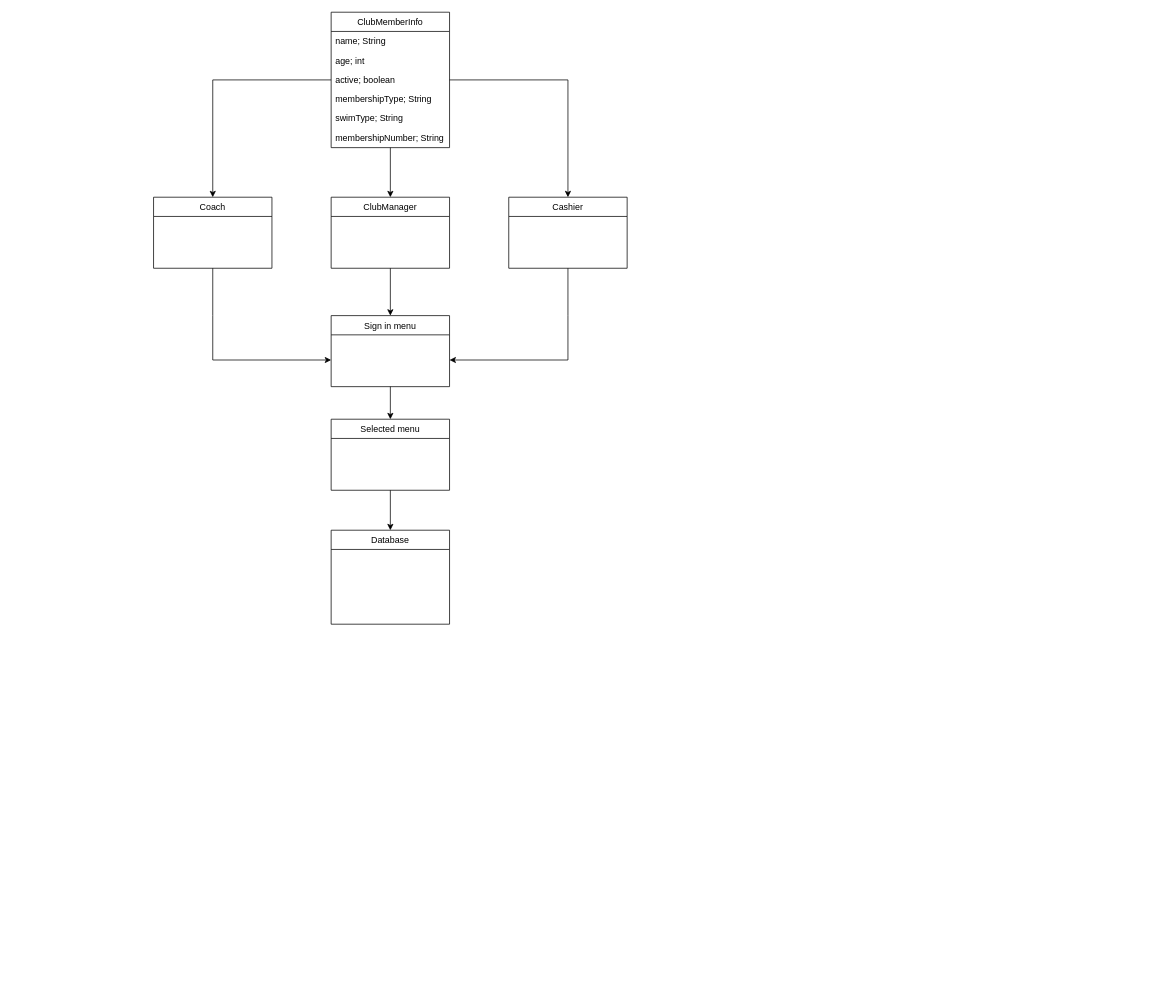
Before: Delfine Domænemodel.drawio in MarcusFN/DelfinenProject, a draw.io diagram. Source tidied: cells renumbered, new cells numbered last; positions are measured from the earlier drawing's top-left corner, leaving out a move shared by most shapes. Both pictures are drawn from the tidied source at 74%, with x=0, y=0 at pixel (153, 12).
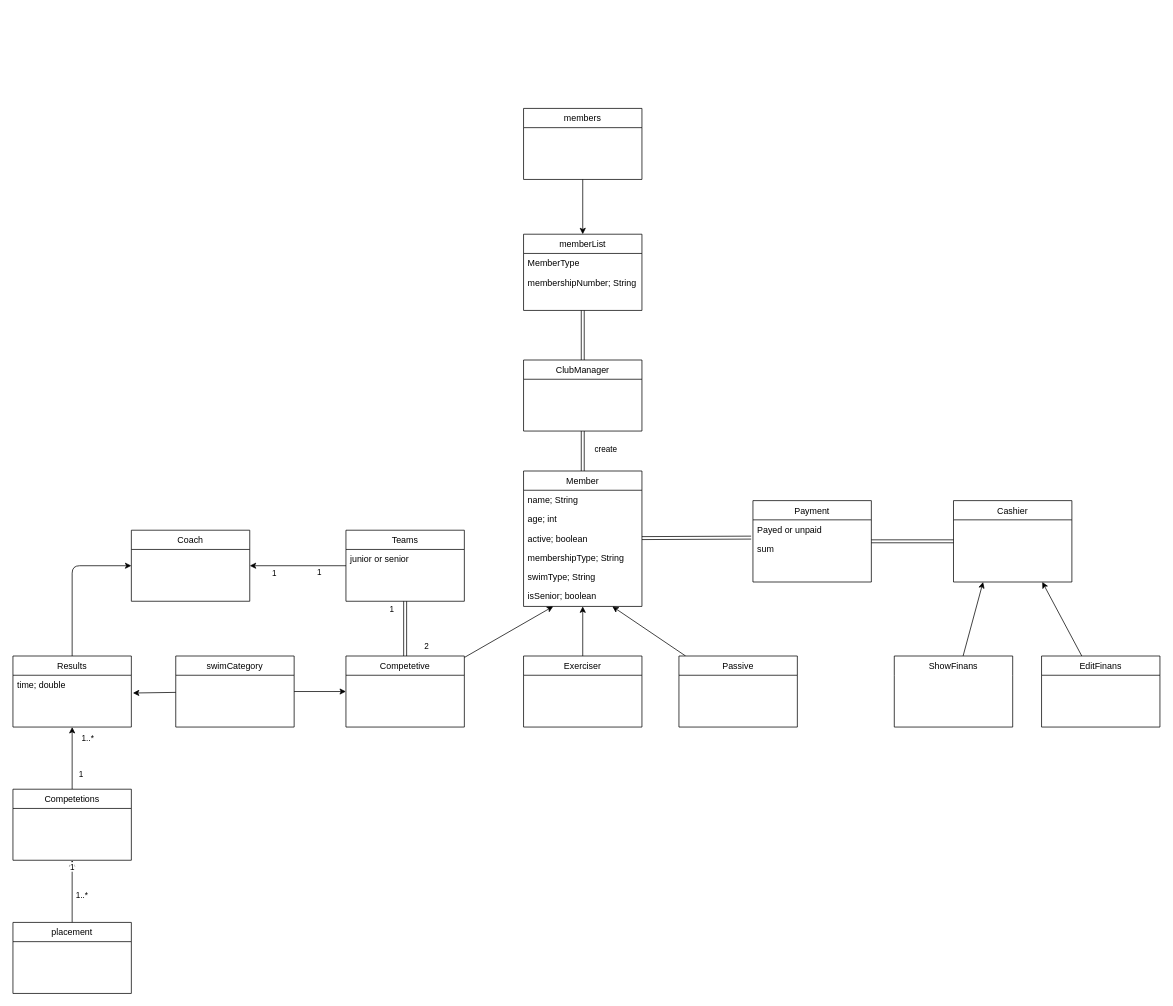
The same diagram, later.

The change refers to these unchanged cells:
```xml
<mxCell id="9" value="active; boolean" style="text;align=left;verticalAlign=top;spacingLeft=4;spacingRight=4;overflow=hidden;points=[[0,0.5],[1,0.5]];portConstraint=eastwest;" parent="6" vertex="1">
  <mxGeometry y="78" width="160" height="26" as="geometry" />
</mxCell>
```

Diff of the diagram source:
```diff
@@
-    <mxCell id="2" value="Database" style="swimlane;fontStyle=0;align=center;verticalAlign=top;horizontal=1;startSize=26;rounded=0;shadow=0;strokeWidth=1;" parent="1" vertex="1">
-      <mxGeometry x="240" y="700" width="160" height="127" as="geometry" />
-    </mxCell>
-    <mxCell id="3" style="edgeStyle=orthogonalEdgeStyle;rounded=0;jettySize=auto;html=1;entryX=0.5;entryY=0;entryDx=0;entryDy=0;" parent="1" edge="1" source="6" target="16">
-      <mxGeometry relative="1" as="geometry" />
-    </mxCell>
-    <mxCell id="4" style="edgeStyle=orthogonalEdgeStyle;rounded=0;jettySize=auto;html=1;entryX=0.5;entryY=0;entryDx=0;entryDy=0;" parent="1" edge="1" source="6" target="18">
-      <mxGeometry relative="1" as="geometry" />
-    </mxCell>
-    <mxCell id="5" style="edgeStyle=orthogonalEdgeStyle;rounded=0;jettySize=auto;html=1;" parent="1" edge="1" source="6" target="14">
+    <mxCell id="5" style="edgeStyle=none;shape=link;rounded=1;jettySize=auto;html=1;entryX=0.5;entryY=1;entryDx=0;entryDy=0;" parent="1" edge="1" source="6" target="14">
       <mxGeometry relative="1" as="geometry" />
     </mxCell>
+    <mxCell id="23" value="create" style="edgeLabel;html=1;align=center;verticalAlign=middle;" parent="5" vertex="1">
+      <mxGeometry x="0.16" y="1" relative="1" as="geometry">
+        <mxPoint x="31" y="1" as="offset" />
+      </mxGeometry>
+    </mxCell>
-    <mxCell id="6" value="ClubMemberInfo" style="swimlane;fontStyle=0;align=center;verticalAlign=top;horizontal=1;startSize=26;rounded=0;shadow=0;strokeWidth=1;" parent="1" vertex="1">
-      <mxGeometry x="240" width="160" height="183" as="geometry" />
+    <mxCell id="6" value="Member" style="swimlane;fontStyle=0;align=center;verticalAlign=top;horizontal=1;startSize=26;rounded=0;shadow=0;strokeWidth=1;" parent="1" vertex="1">
+      <mxGeometry x="500" y="620" width="160" height="183" as="geometry" />
     </mxCell>
@@
+    <mxCell id="24" value="isSenior; boolean" style="text;align=left;verticalAlign=top;spacingLeft=4;spacingRight=4;overflow=hidden;" parent="6" vertex="1">
+      <mxGeometry y="156" width="160" height="26" as="geometry" />
+    </mxCell>
+    <mxCell id="25" style="edgeStyle=none;shape=link;rounded=1;jettySize=auto;html=1;entryX=0.5;entryY=1;entryDx=0;entryDy=0;" parent="1" edge="1" source="14" target="39">
+      <mxGeometry relative="1" as="geometry" />
+    </mxCell>
+    <mxCell id="14" value="ClubManager" style="swimlane;fontStyle=0;align=center;verticalAlign=top;horizontal=1;startSize=26;rounded=0;shadow=0;strokeWidth=1;" parent="1" vertex="1">
+      <mxGeometry x="500" y="470" width="160" height="96" as="geometry" />
+    </mxCell>
+    <mxCell id="16" value="Coach" style="swimlane;fontStyle=0;align=center;verticalAlign=top;horizontal=1;startSize=26;rounded=0;shadow=0;strokeWidth=1;" parent="1" vertex="1">
+      <mxGeometry x="-30" y="700" width="160" height="96" as="geometry" />
+    </mxCell>
+    <mxCell id="18" value="Cashier" style="swimlane;fontStyle=0;align=center;verticalAlign=top;horizontal=1;startSize=26;rounded=0;shadow=0;strokeWidth=1;" parent="1" vertex="1">
+      <mxGeometry x="1081" y="660" width="160" height="110" as="geometry" />
+    </mxCell>
+    <mxCell id="26" style="edgeStyle=none;rounded=1;jettySize=auto;html=1;entryX=0.25;entryY=1;entryDx=0;entryDy=0;" parent="1" edge="1" source="30" target="6">
+      <mxGeometry relative="1" as="geometry" />
+    </mxCell>
+    <mxCell id="27" style="edgeStyle=none;shape=link;rounded=1;jettySize=auto;html=1;entryX=0.5;entryY=1;entryDx=0;entryDy=0;" parent="1" edge="1" source="30" target="61">
+      <mxGeometry relative="1" as="geometry" />
+    </mxCell>
+    <mxCell id="28" value="2" style="edgeLabel;html=1;align=center;verticalAlign=middle;" parent="27" vertex="1">
+      <mxGeometry x="-0.74" relative="1" as="geometry">
+        <mxPoint x="28" y="-4" as="offset" />
+      </mxGeometry>
+    </mxCell>
+    <mxCell id="29" value="1" style="edgeLabel;html=1;align=center;verticalAlign=middle;" parent="27" vertex="1">
+      <mxGeometry x="0.74" y="4" relative="1" as="geometry">
+        <mxPoint x="-15" as="offset" />
+      </mxGeometry>
+    </mxCell>
+    <mxCell id="30" value="Competetive" style="swimlane;fontStyle=0;align=center;verticalAlign=top;horizontal=1;startSize=26;rounded=0;shadow=0;strokeWidth=1;" parent="1" vertex="1">
+      <mxGeometry x="260" y="870" width="160" height="96" as="geometry" />
+    </mxCell>
+    <mxCell id="31" style="edgeStyle=none;rounded=1;jettySize=auto;html=1;entryX=0.75;entryY=1;entryDx=0;entryDy=0;" parent="1" edge="1" source="32" target="6">
+      <mxGeometry relative="1" as="geometry" />
+    </mxCell>
+    <mxCell id="32" value="Passive" style="swimlane;fontStyle=0;align=center;verticalAlign=top;horizontal=1;startSize=26;rounded=0;shadow=0;strokeWidth=1;" parent="1" vertex="1">
+      <mxGeometry x="710" y="870" width="160" height="96" as="geometry" />
+    </mxCell>
+    <mxCell id="33" style="edgeStyle=none;rounded=1;jettySize=auto;html=1;entryX=0.5;entryY=1;entryDx=0;entryDy=0;" parent="1" edge="1" source="34" target="6">
+      <mxGeometry relative="1" as="geometry" />
+    </mxCell>
+    <mxCell id="34" value="Exerciser" style="swimlane;fontStyle=0;align=center;verticalAlign=top;horizontal=1;startSize=26;rounded=0;shadow=0;strokeWidth=1;" parent="1" vertex="1">
+      <mxGeometry x="500" y="870" width="160" height="96" as="geometry" />
+    </mxCell>
+    <mxCell id="35" style="edgeStyle=none;rounded=1;jettySize=auto;html=1;entryX=0;entryY=0.5;entryDx=0;entryDy=0;shape=link;" parent="1" edge="1" source="36" target="18">
+      <mxGeometry relative="1" as="geometry" />
+    </mxCell>
+    <mxCell id="36" value="Payment" style="swimlane;fontStyle=0;align=center;verticalAlign=top;horizontal=1;startSize=26;rounded=0;shadow=0;strokeWidth=1;" parent="1" vertex="1">
+      <mxGeometry x="810" y="660" width="160" height="110" as="geometry" />
+    </mxCell>
+    <mxCell id="37" value="Payed or unpaid" style="text;align=left;verticalAlign=top;spacingLeft=4;spacingRight=4;overflow=hidden;" parent="36" vertex="1">
+      <mxGeometry y="26" width="160" height="26" as="geometry" />
+    </mxCell>
+    <mxCell id="38" value="sum" style="text;align=left;verticalAlign=top;spacingLeft=4;spacingRight=4;overflow=hidden;points=[[0,0.5],[1,0.5]];portConstraint=eastwest;" parent="36" vertex="1">
+      <mxGeometry y="52" width="160" height="26" as="geometry" />
+    </mxCell>
+    <mxCell id="39" value="memberList" style="swimlane;fontStyle=0;align=center;verticalAlign=top;horizontal=1;startSize=26;rounded=0;shadow=0;strokeWidth=1;" parent="1" vertex="1">
+      <mxGeometry x="500" y="300" width="160" height="103" as="geometry" />
+    </mxCell>
+    <mxCell id="40" value="MemberType" style="text;align=left;verticalAlign=top;spacingLeft=4;spacingRight=4;overflow=hidden;" parent="39" vertex="1">
+      <mxGeometry y="26" width="160" height="26" as="geometry" />
+    </mxCell>
-    <mxCell id="12" value="membershipNumber; String" style="text;align=left;verticalAlign=top;spacingLeft=4;spacingRight=4;overflow=hidden;" parent="6" vertex="1">
-      <mxGeometry y="156" width="160" height="26" as="geometry" />
+    <mxCell id="12" value="membershipNumber; String" style="text;align=left;verticalAlign=top;spacingLeft=4;spacingRight=4;overflow=hidden;" parent="39" vertex="1">
+      <mxGeometry y="52" width="160" height="26" as="geometry" />
     </mxCell>
-    <mxCell id="13" style="edgeStyle=orthogonalEdgeStyle;rounded=0;jettySize=auto;html=1;entryX=0.5;entryY=0;entryDx=0;entryDy=0;" parent="1" edge="1" source="14" target="20">
-      <mxGeometry relative="1" as="geometry" />
-    </mxCell>
-    <mxCell id="14" value="ClubManager" style="swimlane;fontStyle=0;align=center;verticalAlign=top;horizontal=1;startSize=26;rounded=0;shadow=0;strokeWidth=1;" parent="1" vertex="1">
-      <mxGeometry x="240" y="250" width="160" height="96" as="geometry" />
-    </mxCell>
-    <mxCell id="15" style="edgeStyle=orthogonalEdgeStyle;rounded=0;jettySize=auto;html=1;" parent="1" edge="1" source="16">
-      <mxGeometry relative="1" as="geometry">
-        <mxPoint x="240" y="470" as="targetPoint" />
-        <Array as="points">
-          <mxPoint x="80" y="410" />
-          <mxPoint x="80" y="410" />
-        </Array>
-      </mxGeometry>
-    </mxCell>
-    <mxCell id="16" value="Coach" style="swimlane;fontStyle=0;align=center;verticalAlign=top;horizontal=1;startSize=26;rounded=0;shadow=0;strokeWidth=1;" parent="1" vertex="1">
-      <mxGeometry y="250" width="160" height="96" as="geometry" />
-    </mxCell>
-    <mxCell id="17" style="edgeStyle=orthogonalEdgeStyle;rounded=0;jettySize=auto;html=1;" parent="1" edge="1" source="18">
-      <mxGeometry relative="1" as="geometry">
-        <mxPoint x="400" y="470" as="targetPoint" />
-        <Array as="points">
-          <mxPoint x="560" y="410" />
-          <mxPoint x="560" y="410" />
-        </Array>
-      </mxGeometry>
-    </mxCell>
-    <mxCell id="18" value="Cashier" style="swimlane;fontStyle=0;align=center;verticalAlign=top;horizontal=1;startSize=26;rounded=0;shadow=0;strokeWidth=1;" parent="1" vertex="1">
-      <mxGeometry x="480" y="250" width="160" height="96" as="geometry" />
-    </mxCell>
-    <mxCell id="19" style="edgeStyle=orthogonalEdgeStyle;rounded=0;jettySize=auto;html=1;" parent="1" edge="1" source="20" target="22">
-      <mxGeometry relative="1" as="geometry" />
-    </mxCell>
-    <mxCell id="20" value="Sign in menu" style="swimlane;fontStyle=0;align=center;verticalAlign=top;horizontal=1;startSize=26;rounded=0;shadow=0;strokeWidth=1;" parent="1" vertex="1">
-      <mxGeometry x="240" y="410" width="160" height="96" as="geometry" />
-    </mxCell>
-    <mxCell id="21" style="edgeStyle=orthogonalEdgeStyle;rounded=0;jettySize=auto;html=1;entryX=0.5;entryY=0;entryDx=0;entryDy=0;" parent="1" edge="1" source="22" target="2">
-      <mxGeometry relative="1" as="geometry" />
-    </mxCell>
-    <mxCell id="22" value="Selected menu" style="swimlane;fontStyle=0;align=center;verticalAlign=top;horizontal=1;startSize=26;rounded=0;shadow=0;strokeWidth=1;" parent="1" vertex="1">
-      <mxGeometry x="240" y="550" width="160" height="96" as="geometry" />
-    </mxCell>
+    <mxCell id="41" style="edgeStyle=none;rounded=1;jettySize=auto;html=1;entryX=0.25;entryY=1;entryDx=0;entryDy=0;" parent="1" edge="1" source="42" target="18">
+      <mxGeometry relative="1" as="geometry" />
+    </mxCell>
+    <mxCell id="42" value="ShowFinans" style="swimlane;fontStyle=0;align=center;verticalAlign=top;horizontal=1;startSize=26;rounded=0;shadow=0;strokeWidth=1;strokeColor=default;swimlaneLine=0;" parent="1" vertex="1">
+      <mxGeometry x="1001" y="870" width="160" height="96" as="geometry" />
+    </mxCell>
+    <mxCell id="43" style="edgeStyle=none;rounded=1;jettySize=auto;html=1;entryX=0.75;entryY=1;entryDx=0;entryDy=0;" parent="1" edge="1" source="44" target="18">
+      <mxGeometry relative="1" as="geometry" />
+    </mxCell>
+    <mxCell id="44" value="EditFinans" style="swimlane;fontStyle=0;align=center;verticalAlign=top;horizontal=1;startSize=26;rounded=0;shadow=0;strokeWidth=1;" parent="1" vertex="1">
+      <mxGeometry x="1200" y="870" width="160" height="96" as="geometry" />
+    </mxCell>
+    <mxCell id="45" style="edgeStyle=none;rounded=1;jettySize=auto;html=1;entryX=-0.015;entryY=-0.077;entryDx=0;entryDy=0;entryPerimeter=0;shape=link;" parent="1" edge="1" source="9" target="38">
+      <mxGeometry relative="1" as="geometry" />
+    </mxCell>
+    <mxCell id="46" style="edgeStyle=orthogonalEdgeStyle;rounded=1;jettySize=auto;html=1;entryX=0;entryY=0.5;entryDx=0;entryDy=0;" parent="1" edge="1" source="47" target="16">
+      <mxGeometry relative="1" as="geometry" />
+    </mxCell>
+    <mxCell id="47" value="Results" style="swimlane;fontStyle=0;align=center;verticalAlign=top;horizontal=1;startSize=26;rounded=0;shadow=0;strokeWidth=1;" parent="1" vertex="1">
+      <mxGeometry x="-190" y="870" width="160" height="96" as="geometry" />
+    </mxCell>
+    <mxCell id="48" value="time; double" style="text;align=left;verticalAlign=top;spacingLeft=4;spacingRight=4;overflow=hidden;points=[[0,0.5],[1,0.5]];portConstraint=eastwest;" parent="47" vertex="1">
+      <mxGeometry y="26" width="160" height="26" as="geometry" />
+    </mxCell>
+    <mxCell id="49" style="edgeStyle=none;rounded=1;jettySize=auto;html=1;entryX=0;entryY=0.5;entryDx=0;entryDy=0;" parent="1" edge="1" source="51" target="30">
+      <mxGeometry relative="1" as="geometry" />
+    </mxCell>
+    <mxCell id="50" style="rounded=1;jettySize=auto;html=1;entryX=1.013;entryY=0.923;entryDx=0;entryDy=0;entryPerimeter=0;" parent="1" edge="1" source="51" target="48">
+      <mxGeometry relative="1" as="geometry" />
+    </mxCell>
+    <mxCell id="51" value="swimCategory" style="swimlane;fontStyle=0;align=center;verticalAlign=top;horizontal=1;startSize=26;rounded=0;shadow=0;strokeWidth=1;" parent="1" vertex="1">
+      <mxGeometry x="30" y="870" width="160" height="96" as="geometry" />
+    </mxCell>
+    <mxCell id="52" style="edgeStyle=orthogonalEdgeStyle;rounded=1;jettySize=auto;html=1;entryX=0.5;entryY=0;entryDx=0;entryDy=0;" parent="1" edge="1" source="53" target="39">
+      <mxGeometry relative="1" as="geometry" />
+    </mxCell>
+    <mxCell id="53" value="members" style="swimlane;fontStyle=0;align=center;verticalAlign=top;horizontal=1;startSize=26;rounded=0;shadow=0;strokeWidth=1;" parent="1" vertex="1">
+      <mxGeometry x="500" y="130" width="160" height="96" as="geometry" />
+    </mxCell>
+    <mxCell id="54" style="edgeStyle=none;rounded=1;jettySize=auto;html=1;entryX=0.5;entryY=1;entryDx=0;entryDy=0;" parent="1" edge="1" source="57" target="47">
+      <mxGeometry relative="1" as="geometry" />
+    </mxCell>
+    <mxCell id="55" value="1" style="edgeLabel;html=1;align=center;verticalAlign=middle;" parent="54" vertex="1">
+      <mxGeometry x="-0.64" y="1" relative="1" as="geometry">
+        <mxPoint x="12" y="-6" as="offset" />
+      </mxGeometry>
+    </mxCell>
+    <mxCell id="56" value="1..*" style="edgeLabel;html=1;align=center;verticalAlign=middle;" parent="54" vertex="1">
+      <mxGeometry x="0.75" y="-3" relative="1" as="geometry">
+        <mxPoint x="17" y="4" as="offset" />
+      </mxGeometry>
+    </mxCell>
+    <mxCell id="57" value="Competetions" style="swimlane;fontStyle=0;align=center;verticalAlign=top;horizontal=1;startSize=26;rounded=0;shadow=0;strokeWidth=1;" parent="1" vertex="1">
+      <mxGeometry x="-190" y="1050" width="160" height="96" as="geometry" />
+    </mxCell>
+    <mxCell id="58" style="edgeStyle=none;rounded=1;jettySize=auto;html=1;entryX=1;entryY=0.5;entryDx=0;entryDy=0;" parent="1" edge="1" source="61" target="16">
+      <mxGeometry relative="1" as="geometry" />
+    </mxCell>
+    <mxCell id="59" value="1" style="edgeLabel;html=1;align=center;verticalAlign=middle;" parent="58" vertex="1">
+      <mxGeometry x="0.55" y="-1" relative="1" as="geometry">
+        <mxPoint x="3" y="11" as="offset" />
+      </mxGeometry>
+    </mxCell>
+    <mxCell id="60" value="1" style="edgeLabel;html=1;align=center;verticalAlign=middle;" parent="58" vertex="1">
+      <mxGeometry x="-0.59" y="-2" relative="1" as="geometry">
+        <mxPoint x="-10" y="10" as="offset" />
+      </mxGeometry>
+    </mxCell>
+    <mxCell id="61" value="Teams" style="swimlane;fontStyle=0;align=center;verticalAlign=top;horizontal=1;startSize=26;rounded=0;shadow=0;strokeWidth=1;" parent="1" vertex="1">
+      <mxGeometry x="260" y="700" width="160" height="96" as="geometry" />
+    </mxCell>
+    <mxCell id="62" value="junior or senior" style="text;align=left;verticalAlign=top;spacingLeft=4;spacingRight=4;overflow=hidden;" parent="61" vertex="1">
+      <mxGeometry y="26" width="160" height="26" as="geometry" />
+    </mxCell>
+    <mxCell id="63" style="edgeStyle=none;shape=link;rounded=1;orthogonalLoop=1;jettySize=auto;html=1;exitX=0.25;exitY=0;exitDx=0;exitDy=0;" parent="1" edge="1" source="16" target="16">
+      <mxGeometry relative="1" as="geometry" />
+    </mxCell>
+    <mxCell id="64" style="edgeStyle=none;rounded=1;jettySize=auto;html=1;entryX=0.5;entryY=1;entryDx=0;entryDy=0;" parent="1" edge="1" source="67" target="57">
+      <mxGeometry relative="1" as="geometry" />
+    </mxCell>
+    <mxCell id="65" value="1..*" style="edgeLabel;html=1;align=center;verticalAlign=middle;" parent="64" vertex="1">
+      <mxGeometry x="-0.44" y="1" relative="1" as="geometry">
+        <mxPoint x="13" y="-13" as="offset" />
+      </mxGeometry>
+    </mxCell>
+    <mxCell id="66" value="1" style="edgeLabel;html=1;align=center;verticalAlign=middle;" parent="64" vertex="1">
+      <mxGeometry x="0.6" y="1" relative="1" as="geometry">
+        <mxPoint y="-9" as="offset" />
+      </mxGeometry>
+    </mxCell>
+    <mxCell id="67" value="placement" style="swimlane;fontStyle=0;align=center;verticalAlign=top;horizontal=1;startSize=26;rounded=0;shadow=0;strokeWidth=1;" parent="1" vertex="1">
+      <mxGeometry x="-190" y="1230" width="160" height="96" as="geometry" />
+    </mxCell>
+    <mxCell id="68" style="edgeStyle=none;rounded=1;orthogonalLoop=1;jettySize=auto;html=1;exitX=0.75;exitY=0;exitDx=0;exitDy=0;" parent="1" edge="1" source="61" target="61">
+      <mxGeometry relative="1" as="geometry" />
+    </mxCell>
```
